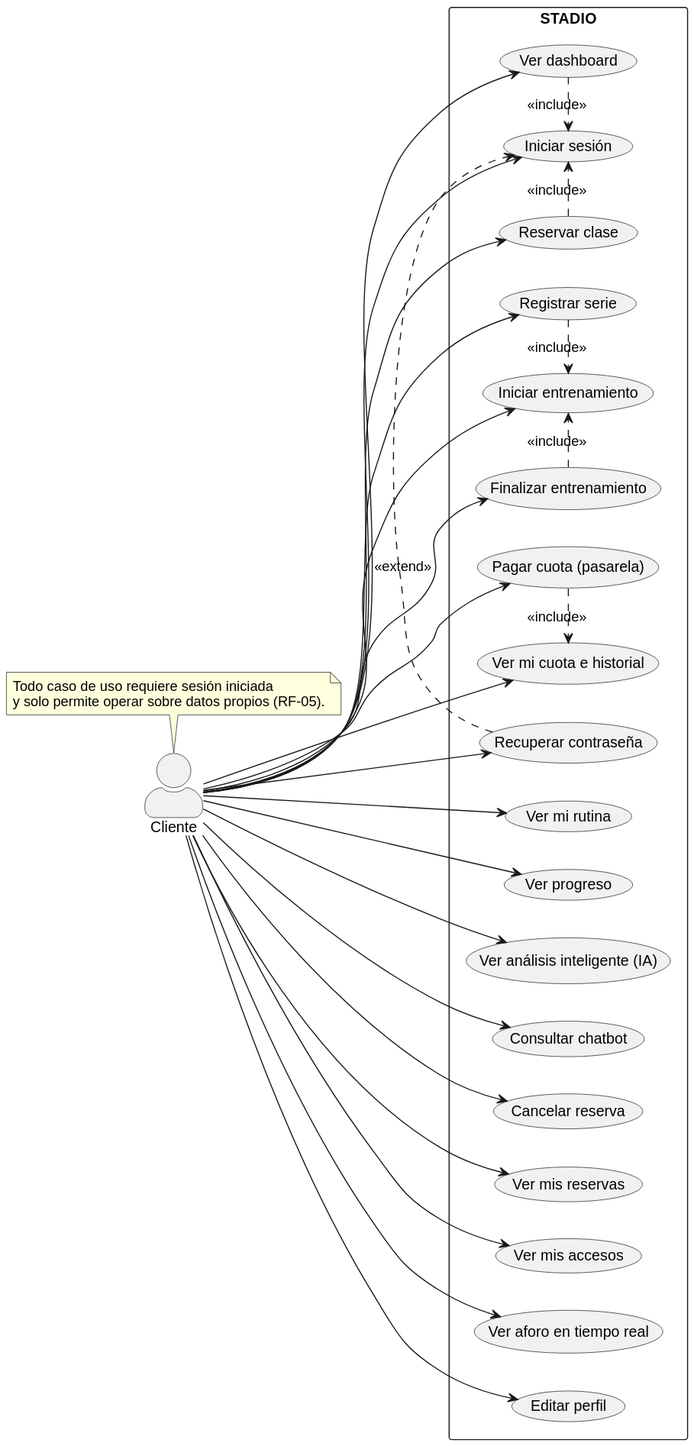
Before: docs/diagramas/casos-uso/_render/cliente.svg, a diagram exported from PlantUML (iis8-ua/stadio). Its diagram source:
```plantuml
@startuml
left to right direction
skinparam actorStyle awesome
skinparam defaultFontName "Arial"

actor "Cliente" as Cliente

rectangle "STADIO" {
  usecase "Iniciar sesión" as UC_Login
  usecase "Recuperar contraseña" as UC_Pass
  usecase "Ver dashboard" as UC_Dash
  usecase "Ver mi rutina" as UC_Rutina
  usecase "Iniciar entrenamiento" as UC_Start
  usecase "Registrar serie" as UC_Serie
  usecase "Finalizar entrenamiento" as UC_End
  usecase "Ver progreso" as UC_Prog
  usecase "Ver análisis inteligente (IA)" as UC_IA
  usecase "Consultar chatbot" as UC_Bot
  usecase "Reservar clase" as UC_Res
  usecase "Cancelar reserva" as UC_Cancel
  usecase "Ver mis reservas" as UC_MisRes
  usecase "Ver mis accesos" as UC_Acc
  usecase "Ver aforo en tiempo real" as UC_Aforo
  usecase "Ver mi cuota e historial" as UC_Cuota
  usecase "Pagar cuota (pasarela)" as UC_Pay
  usecase "Editar perfil" as UC_Perfil
}

Cliente --> UC_Login
Cliente --> UC_Pass
Cliente --> UC_Dash
Cliente --> UC_Rutina
Cliente --> UC_Start
Cliente --> UC_Serie
Cliente --> UC_End
Cliente --> UC_Prog
Cliente --> UC_IA
Cliente --> UC_Bot
Cliente --> UC_Res
Cliente --> UC_Cancel
Cliente --> UC_MisRes
Cliente --> UC_Acc
Cliente --> UC_Aforo
Cliente --> UC_Cuota
Cliente --> UC_Pay
Cliente --> UC_Perfil

note top of Cliente
  Todo caso de uso requiere sesión iniciada
  y solo permite operar sobre datos propios (RF-05).
end note

UC_Dash .> UC_Login : <<include>>
UC_Res .> UC_Login : <<include>>
UC_Serie .> UC_Start : <<include>>
UC_End .> UC_Start : <<include>>
UC_Pay .> UC_Cuota : <<include>>
UC_Pass .> UC_Login : <<extend>>
@enduml
```
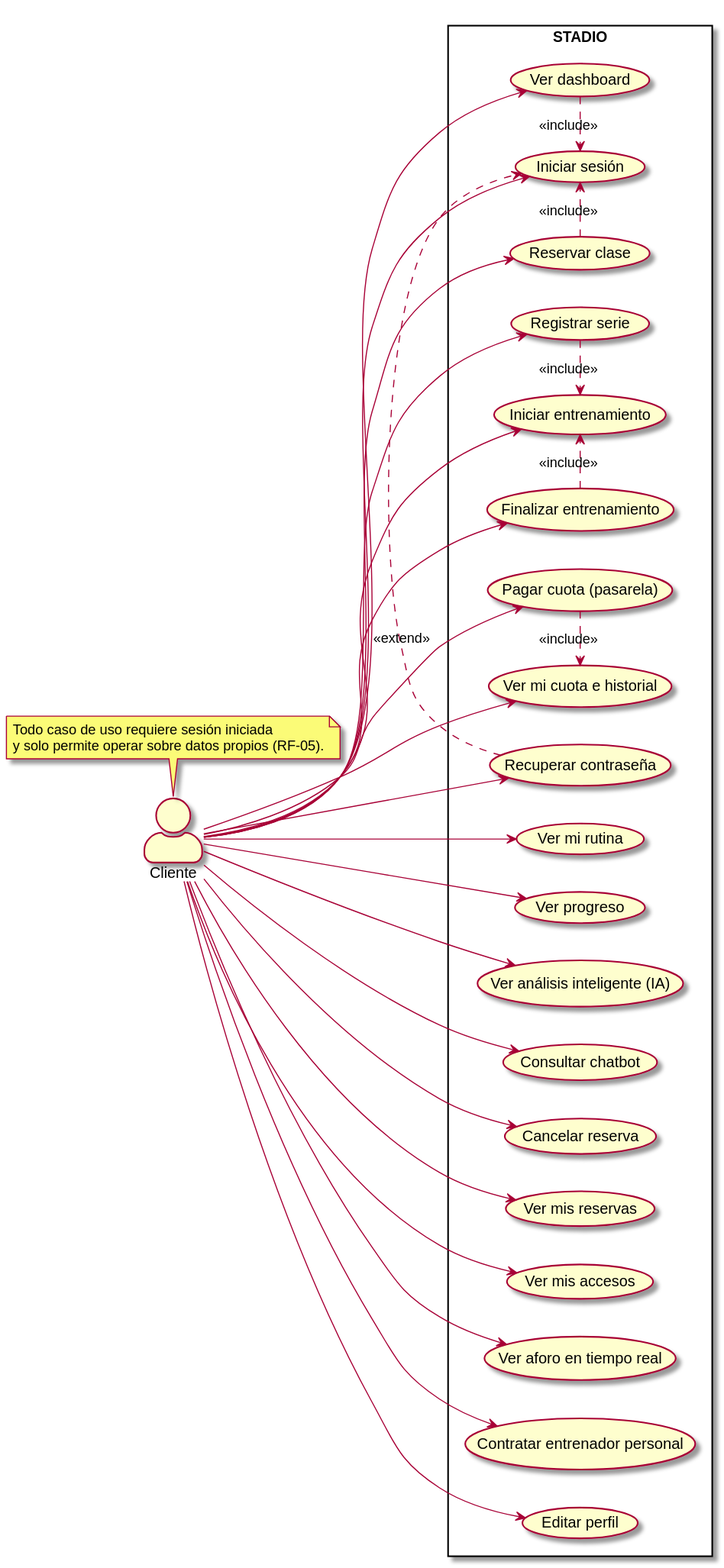
The same file after the commit.

What changed in the source:
```diff
@@ -23,6 +23,7 @@
   usecase "Ver aforo en tiempo real" as UC_Aforo
   usecase "Ver mi cuota e historial" as UC_Cuota
   usecase "Pagar cuota (pasarela)" as UC_Pay
+  usecase "Contratar entrenador personal" as UC_Trainer
   usecase "Editar perfil" as UC_Perfil
 }
 
@@ -43,6 +44,7 @@
 Cliente --> UC_Aforo
 Cliente --> UC_Cuota
 Cliente --> UC_Pay
+Cliente --> UC_Trainer
 Cliente --> UC_Perfil
 
 note top of Cliente
@@ -56,4 +58,5 @@
 UC_End .> UC_Start : <<include>>
 UC_Pay .> UC_Cuota : <<include>>
 UC_Pass .> UC_Login : <<extend>>
+
 @enduml
```
